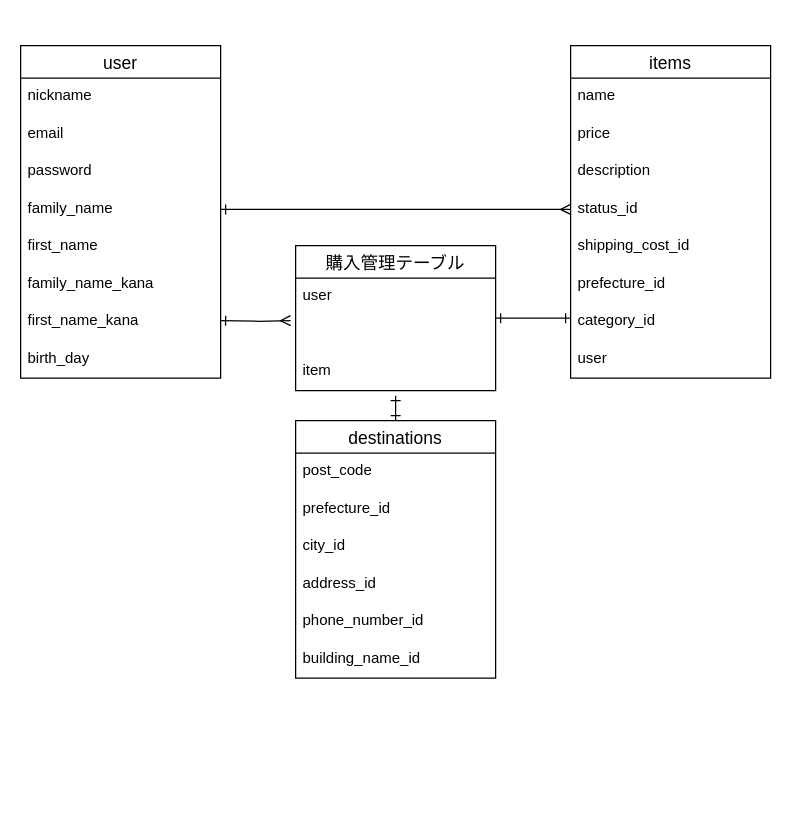
Above: furima.dio in pofyusukeyamamoto/furima-35046 (draw.io), before the change. Source tidied: cells renumbered, new cells numbered last; positions are measured from the earlier drawing's top-left corner, leaving out a move shared by most shapes. Both pictures are drawn from the tidied source at 125%, with x=0, y=0 at pixel (20, 45).
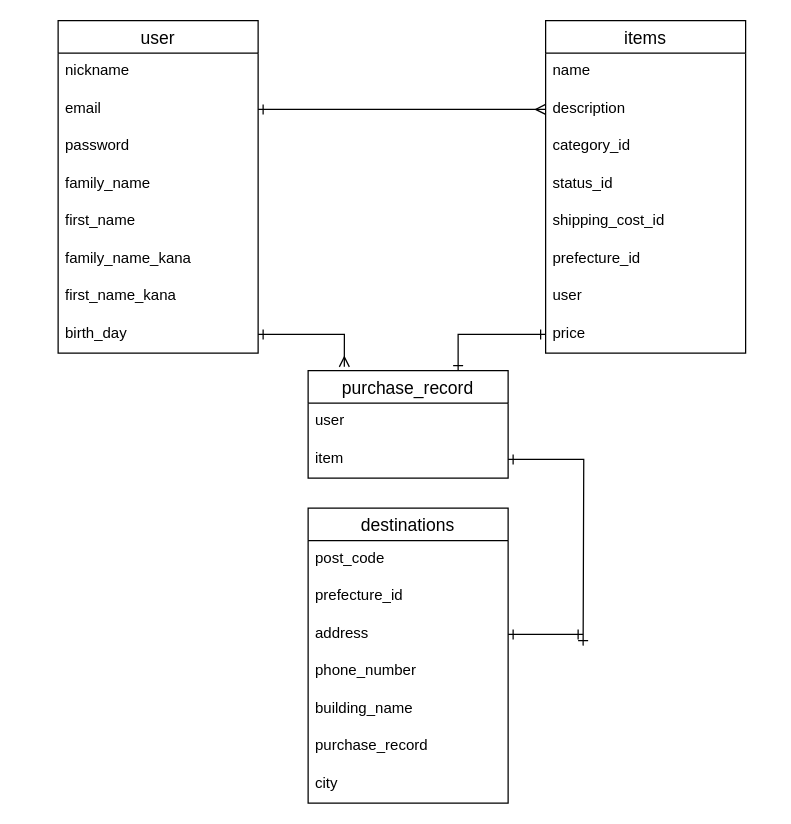
The same diagram, later.

The change refers to these unchanged cells:
```xml
<mxCell id="4" value="email" style="text;strokeColor=none;fillColor=none;spacingLeft=4;spacingRight=4;overflow=hidden;points=[[0,0.5],[1,0.5]];portConstraint=eastwest;fontSize=12;" parent="2" vertex="1">
  <mxGeometry y="56" width="160" height="30" as="geometry" />
</mxCell>
<mxCell id="6" value="family_name" style="text;strokeColor=none;fillColor=none;spacingLeft=4;spacingRight=4;overflow=hidden;points=[[0,0.5],[1,0.5]];portConstraint=eastwest;fontSize=12;" parent="2" vertex="1">
  <mxGeometry y="116" width="160" height="30" as="geometry" />
</mxCell>
<mxCell id="10" value="birth_day" style="text;strokeColor=none;fillColor=none;spacingLeft=4;spacingRight=4;overflow=hidden;points=[[0,0.5],[1,0.5]];portConstraint=eastwest;fontSize=12;" parent="2" vertex="1">
  <mxGeometry y="236" width="160" height="30" as="geometry" />
</mxCell>
<mxCell id="23" value="status_id&#10;" style="text;strokeColor=none;fillColor=none;spacingLeft=4;spacingRight=4;overflow=hidden;points=[[0,0.5],[1,0.5]];portConstraint=eastwest;fontSize=12;" parent="19" vertex="1">
  <mxGeometry y="116" width="160" height="30" as="geometry" />
</mxCell>
```

The edit, as a diff of the source:
```diff
@@
     <mxCell id="2" value="user" style="swimlane;fontStyle=0;horizontal=1;startSize=26;align=center;fontSize=14;" parent="1" vertex="1">
-      <mxGeometry width="160" height="266" as="geometry" />
+      <mxGeometry x="30" y="-20" width="160" height="266" as="geometry" />
     </mxCell>
@@
-    <mxCell id="11" style="edgeStyle=orthogonalEdgeStyle;rounded=0;jettySize=auto;html=1;startArrow=ERone;startFill=0;endArrow=ERone;endFill=0;" parent="1" edge="1" source="12">
-      <mxGeometry relative="1" as="geometry">
-        <mxPoint x="300" y="280" as="targetPoint" />
-      </mxGeometry>
-    </mxCell>
-    <mxCell id="12" value="destinations" style="swimlane;fontStyle=0;horizontal=1;startSize=26;align=center;fontSize=14;" parent="1" vertex="1">
-      <mxGeometry x="220" y="300" width="160" height="206" as="geometry" />
+    <mxCell id="12" value="purchase_record" style="swimlane;fontStyle=0;horizontal=1;startSize=26;align=center;fontSize=14;" parent="1" vertex="1">
+      <mxGeometry x="230" y="260" width="160" height="86" as="geometry" />
     </mxCell>
-    <mxCell id="13" value="post_code" style="text;strokeColor=none;fillColor=none;spacingLeft=4;spacingRight=4;overflow=hidden;fontSize=12;" parent="12" vertex="1">
+    <mxCell id="13" value="user&#10;" style="text;strokeColor=none;fillColor=none;spacingLeft=4;spacingRight=4;overflow=hidden;fontSize=12;" parent="12" vertex="1">
       <mxGeometry y="26" width="160" height="30" as="geometry" />
     </mxCell>
-    <mxCell id="14" value="prefecture_id&#10;" style="text;strokeColor=none;fillColor=none;spacingLeft=4;spacingRight=4;overflow=hidden;fontSize=12;" parent="12" vertex="1">
-      <mxGeometry y="56" width="160" height="30" as="geometry" />
-    </mxCell>
-    <mxCell id="15" value="city_id&#10;" style="text;strokeColor=none;fillColor=none;spacingLeft=4;spacingRight=4;overflow=hidden;points=[[0,0.5],[1,0.5]];portConstraint=eastwest;fontSize=12;" parent="12" vertex="1">
-      <mxGeometry y="86" width="160" height="30" as="geometry" />
+    <mxCell id="15" value="item" style="text;strokeColor=none;fillColor=none;spacingLeft=4;spacingRight=4;overflow=hidden;points=[[0,0.5],[1,0.5]];portConstraint=eastwest;fontSize=12;" parent="12" vertex="1">
+      <mxGeometry y="56" width="160" height="30" as="geometry" />
     </mxCell>
-    <mxCell id="16" value="address_id&#10;" style="text;strokeColor=none;fillColor=none;spacingLeft=4;spacingRight=4;overflow=hidden;fontSize=12;" parent="12" vertex="1">
-      <mxGeometry y="116" width="160" height="30" as="geometry" />
-    </mxCell>
-    <mxCell id="17" value="phone_number_id&#10;&#10;" style="text;strokeColor=none;fillColor=none;spacingLeft=4;spacingRight=4;overflow=hidden;fontSize=12;" parent="12" vertex="1">
-      <mxGeometry y="146" width="160" height="30" as="geometry" />
-    </mxCell>
-    <mxCell id="18" value="building_name_id" style="text;strokeColor=none;fillColor=none;spacingLeft=4;spacingRight=4;overflow=hidden;fontSize=12;" parent="12" vertex="1">
-      <mxGeometry y="176" width="160" height="30" as="geometry" />
-    </mxCell>
     <mxCell id="19" value="items" style="swimlane;fontStyle=0;horizontal=1;startSize=26;align=center;fontSize=14;" parent="1" vertex="1">
-      <mxGeometry x="440" width="160" height="266" as="geometry" />
+      <mxGeometry x="420" y="-20" width="160" height="266" as="geometry" />
     </mxCell>
@@
-    <mxCell id="21" value="price&#10;" style="text;strokeColor=none;fillColor=none;spacingLeft=4;spacingRight=4;overflow=hidden;points=[[0,0.5],[1,0.5]];portConstraint=eastwest;fontSize=12;" parent="19" vertex="1">
-      <mxGeometry y="56" width="160" height="30" as="geometry" />
-    </mxCell>
     <mxCell id="22" value="description&#10;" style="text;strokeColor=none;fillColor=none;spacingLeft=4;spacingRight=4;overflow=hidden;points=[[0,0.5],[1,0.5]];portConstraint=eastwest;fontSize=12;" parent="19" vertex="1">
-      <mxGeometry y="86" width="160" height="30" as="geometry" />
+      <mxGeometry y="56" width="160" height="30" as="geometry" />
     </mxCell>
+    <mxCell id="26" value="category_id&#10;&#10;" style="text;strokeColor=none;fillColor=none;spacingLeft=4;spacingRight=4;overflow=hidden;fontSize=12;" parent="19" vertex="1">
+      <mxGeometry y="86" width="160" height="30" as="geometry" />
+    </mxCell>
@@
-    <mxCell id="26" value="category_id&#10;&#10;" style="text;strokeColor=none;fillColor=none;spacingLeft=4;spacingRight=4;overflow=hidden;fontSize=12;" parent="19" vertex="1">
-      <mxGeometry y="206" width="160" height="30" as="geometry" />
-    </mxCell>
-    <mxCell id="27" value="user&#10;" style="text;strokeColor=none;fillColor=none;spacingLeft=4;spacingRight=4;overflow=hidden;fontSize=12;" parent="19" vertex="1">
-      <mxGeometry y="236" width="160" height="30" as="geometry" />
+    <mxCell id="27" value="user" style="text;strokeColor=none;fillColor=none;spacingLeft=4;spacingRight=4;overflow=hidden;fontSize=12;" parent="19" vertex="1">
+      <mxGeometry y="206" width="160" height="30" as="geometry" />
     </mxCell>
-    <mxCell id="28" value="購入管理テーブル" style="swimlane;fontStyle=0;horizontal=1;startSize=26;align=center;fontSize=14;" parent="1" vertex="1">
-      <mxGeometry x="220" y="160" width="160" height="116" as="geometry" />
-    </mxCell>
-    <mxCell id="29" value="user" style="text;strokeColor=none;fillColor=none;spacingLeft=4;spacingRight=4;overflow=hidden;fontSize=12;" parent="28" vertex="1">
-      <mxGeometry y="26" width="160" height="30" as="geometry" />
-    </mxCell>
-    <mxCell id="30" style="text;strokeColor=none;fillColor=none;spacingLeft=4;spacingRight=4;overflow=hidden;points=[[0,0.5],[1,0.5]];portConstraint=eastwest;fontSize=12;" parent="28" vertex="1">
-      <mxGeometry y="56" width="160" height="30" as="geometry" />
-    </mxCell>
-    <mxCell id="31" value="item" style="text;strokeColor=none;fillColor=none;spacingLeft=4;spacingRight=4;overflow=hidden;fontSize=12;" parent="28" vertex="1">
-      <mxGeometry y="86" width="160" height="30" as="geometry" />
-    </mxCell>
-    <mxCell id="32" style="edgeStyle=orthogonalEdgeStyle;rounded=0;jettySize=auto;html=1;exitX=1;exitY=0.5;exitDx=0;exitDy=0;entryX=0;entryY=0.5;entryDx=0;entryDy=0;startArrow=ERone;startFill=0;endArrow=ERmany;endFill=0;" parent="1" edge="1" source="6" target="23">
-      <mxGeometry relative="1" as="geometry" />
-    </mxCell>
-    <mxCell id="33" style="edgeStyle=orthogonalEdgeStyle;rounded=0;jettySize=auto;html=1;startArrow=ERone;startFill=0;endArrow=ERone;endFill=0;" parent="1" edge="1" target="28">
-      <mxGeometry relative="1" as="geometry">
-        <mxPoint x="440" y="218" as="sourcePoint" />
-        <Array as="points">
-          <mxPoint x="440" y="218" />
-        </Array>
-      </mxGeometry>
-    </mxCell>
-    <mxCell id="34" style="edgeStyle=orthogonalEdgeStyle;rounded=0;jettySize=auto;html=1;exitX=1;exitY=0.5;exitDx=0;exitDy=0;entryX=-0.025;entryY=0.133;entryDx=0;entryDy=0;entryPerimeter=0;startArrow=ERone;startFill=0;endArrow=ERmany;endFill=0;" parent="1" edge="1" target="30">
-      <mxGeometry relative="1" as="geometry">
-        <mxPoint x="160" y="220" as="sourcePoint" />
-      </mxGeometry>
-    </mxCell>
+    <mxCell id="21" value="price&#10;" style="text;strokeColor=none;fillColor=none;spacingLeft=4;spacingRight=4;overflow=hidden;points=[[0,0.5],[1,0.5]];portConstraint=eastwest;fontSize=12;" parent="19" vertex="1">
+      <mxGeometry y="236" width="160" height="30" as="geometry" />
+    </mxCell>
+    <mxCell id="35" value="destinations" style="swimlane;fontStyle=0;horizontal=1;startSize=26;align=center;fontSize=14;" parent="1" vertex="1">
+      <mxGeometry x="230" y="370" width="160" height="236" as="geometry" />
+    </mxCell>
+    <mxCell id="36" value="post_code" style="text;strokeColor=none;fillColor=none;spacingLeft=4;spacingRight=4;overflow=hidden;fontSize=12;" parent="35" vertex="1">
+      <mxGeometry y="26" width="160" height="30" as="geometry" />
+    </mxCell>
+    <mxCell id="14" value="prefecture_id&#10;" style="text;strokeColor=none;fillColor=none;spacingLeft=4;spacingRight=4;overflow=hidden;fontSize=12;" parent="35" vertex="1">
+      <mxGeometry y="56" width="160" height="30" as="geometry" />
+    </mxCell>
+    <mxCell id="37" value="address&#10;" style="text;strokeColor=none;fillColor=none;spacingLeft=4;spacingRight=4;overflow=hidden;points=[[0,0.5],[1,0.5]];portConstraint=eastwest;fontSize=12;" parent="35" vertex="1">
+      <mxGeometry y="86" width="160" height="30" as="geometry" />
+    </mxCell>
+    <mxCell id="38" value="phone_number&#10;&#10;" style="text;strokeColor=none;fillColor=none;spacingLeft=4;spacingRight=4;overflow=hidden;fontSize=12;" parent="35" vertex="1">
+      <mxGeometry y="116" width="160" height="30" as="geometry" />
+    </mxCell>
+    <mxCell id="39" value="building_name" style="text;strokeColor=none;fillColor=none;spacingLeft=4;spacingRight=4;overflow=hidden;fontSize=12;" parent="35" vertex="1">
+      <mxGeometry y="146" width="160" height="30" as="geometry" />
+    </mxCell>
+    <mxCell id="40" value="purchase_record" style="text;strokeColor=none;fillColor=none;spacingLeft=4;spacingRight=4;overflow=hidden;fontSize=12;" parent="35" vertex="1">
+      <mxGeometry y="176" width="160" height="30" as="geometry" />
+    </mxCell>
+    <mxCell id="41" value="city" style="text;strokeColor=none;fillColor=none;spacingLeft=4;spacingRight=4;overflow=hidden;fontSize=12;" parent="35" vertex="1">
+      <mxGeometry y="206" width="160" height="30" as="geometry" />
+    </mxCell>
+    <mxCell id="42" style="edgeStyle=orthogonalEdgeStyle;rounded=0;jettySize=auto;html=1;entryX=0;entryY=0.5;entryDx=0;entryDy=0;startArrow=ERone;startFill=0;endArrow=ERmany;endFill=0;" parent="1" edge="1" source="4" target="22">
+      <mxGeometry relative="1" as="geometry" />
+    </mxCell>
+    <mxCell id="43" style="edgeStyle=orthogonalEdgeStyle;rounded=0;jettySize=auto;html=1;entryX=0.181;entryY=-0.035;entryDx=0;entryDy=0;entryPerimeter=0;startArrow=ERone;startFill=0;endArrow=ERmany;endFill=0;" parent="1" edge="1" source="10" target="12">
+      <mxGeometry relative="1" as="geometry" />
+    </mxCell>
+    <mxCell id="44" style="edgeStyle=orthogonalEdgeStyle;rounded=0;jettySize=auto;html=1;exitX=0;exitY=0.5;exitDx=0;exitDy=0;entryX=0.75;entryY=0;entryDx=0;entryDy=0;startArrow=ERone;startFill=0;endArrow=ERone;endFill=0;" parent="1" edge="1" source="21" target="12">
+      <mxGeometry relative="1" as="geometry" />
+    </mxCell>
+    <mxCell id="45" style="edgeStyle=orthogonalEdgeStyle;rounded=0;jettySize=auto;html=1;exitX=1;exitY=0.5;exitDx=0;exitDy=0;startArrow=ERone;startFill=0;endArrow=ERone;endFill=0;" parent="1" edge="1" source="15">
+      <mxGeometry relative="1" as="geometry">
+        <mxPoint x="450" y="480" as="targetPoint" />
+      </mxGeometry>
+    </mxCell>
+    <mxCell id="46" style="edgeStyle=orthogonalEdgeStyle;rounded=0;jettySize=auto;html=1;startArrow=ERone;startFill=0;endArrow=ERone;endFill=0;" parent="1" edge="1" source="37">
+      <mxGeometry relative="1" as="geometry">
+        <mxPoint x="450" y="471" as="targetPoint" />
+      </mxGeometry>
+    </mxCell>
```
